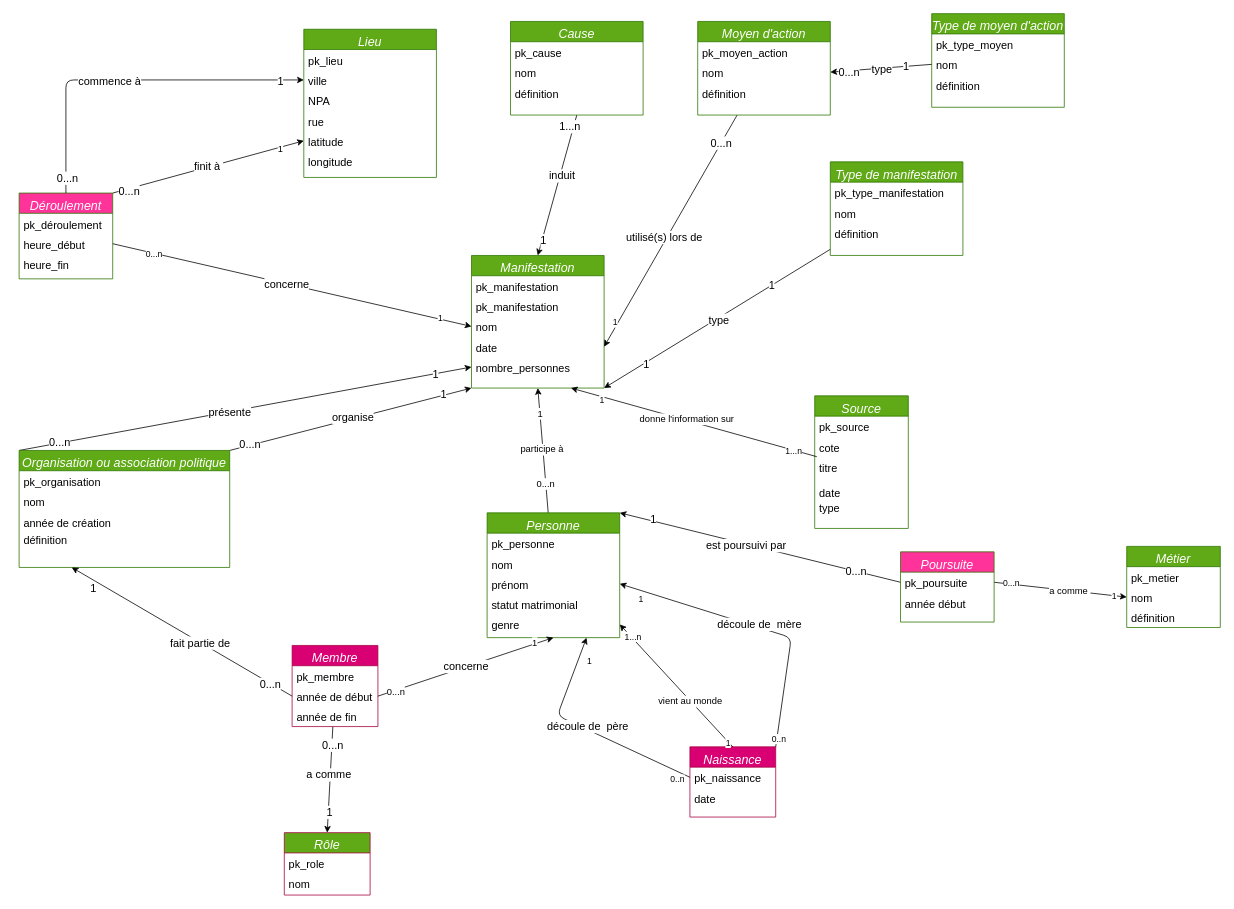
The draw.io diagram page "Page-1" (1 of 2) of MDC/MDC.drawio in AliaBrah/memoire_manifestations, before the edit. Source tidied: cells renumbered, new cells numbered last; positions are measured from the earlier drawing's top-left corner, leaving out a move shared by most shapes. Both pictures are drawn from the tidied source at 78%, with x=0, y=0 at pixel (19, 13).
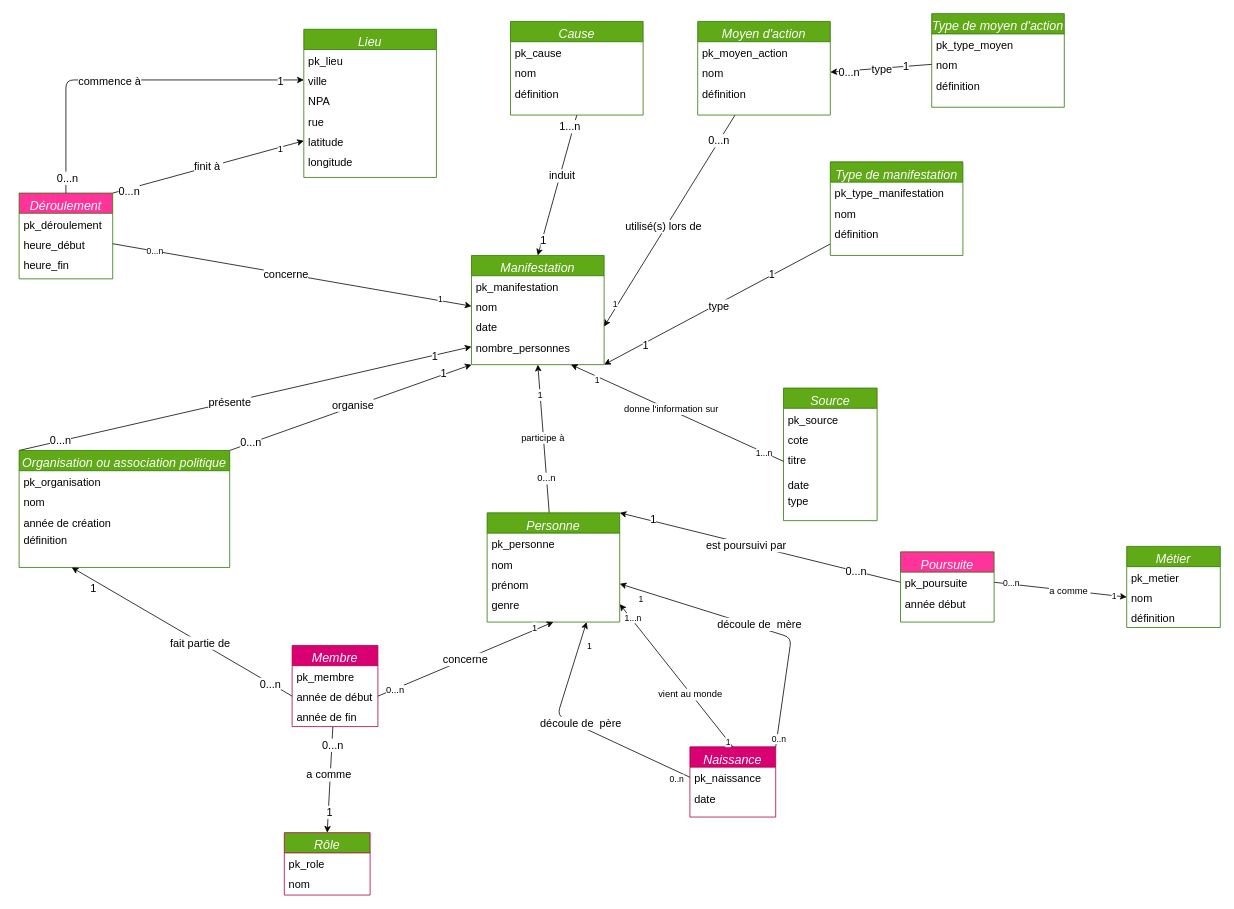
The same diagram, later.

The change refers to these unchanged cells:
```xml
<mxCell id="139" value="titre" style="text;align=left;verticalAlign=top;spacingLeft=4;spacingRight=4;overflow=hidden;points=[[0,0.5],[1,0.5]];portConstraint=eastwest;fontSize=14;" parent="136" vertex="1">
  <mxGeometry y="78" width="120" height="32" as="geometry" />
</mxCell>
```

The edit, as a diff of the source:
```diff
@@
     <mxCell id="33" value="Manifestation" style="swimlane;fontStyle=2;align=center;verticalAlign=top;horizontal=1;startSize=26;rounded=0;shadow=0;strokeWidth=1;fillColor=#60a917;fontColor=#ffffff;strokeColor=#2D7600;fontSize=16;" parent="1" vertex="1">
-      <mxGeometry x="580" y="310" width="170" height="170" as="geometry" />
+      <mxGeometry x="580" y="310" width="170" height="140" as="geometry" />
     </mxCell>
@@
-    <mxCell id="35" value="pk_manifestation" style="text;align=left;verticalAlign=top;spacingLeft=4;spacingRight=4;overflow=hidden;fontSize=14;" parent="33" vertex="1">
-      <mxGeometry y="52" width="170" height="26" as="geometry" />
-    </mxCell>
     <mxCell id="36" value="nom    " style="text;align=left;verticalAlign=top;spacingLeft=4;spacingRight=4;overflow=hidden;points=[[0,0.5],[1,0.5]];portConstraint=eastwest;fontSize=14;" parent="33" vertex="1">
-      <mxGeometry y="78" width="170" height="26" as="geometry" />
+      <mxGeometry y="52" width="170" height="26" as="geometry" />
     </mxCell>
     <mxCell id="37" value="date" style="text;align=left;verticalAlign=top;spacingLeft=4;spacingRight=4;overflow=hidden;points=[[0,0.5],[1,0.5]];portConstraint=eastwest;fontSize=14;" parent="33" vertex="1">
-      <mxGeometry y="104" width="170" height="26" as="geometry" />
+      <mxGeometry y="78" width="170" height="26" as="geometry" />
     </mxCell>
     <mxCell id="38" value="nombre_personnes" style="text;align=left;verticalAlign=top;spacingLeft=4;spacingRight=4;overflow=hidden;points=[[0,0.5],[1,0.5]];portConstraint=eastwest;fontSize=14;" parent="33" vertex="1">
-      <mxGeometry y="130" width="170" height="26" as="geometry" />
+      <mxGeometry y="104" width="170" height="26" as="geometry" />
     </mxCell>
@@
     <mxCell id="102" value="Personne" style="swimlane;fontStyle=2;align=center;verticalAlign=top;horizontal=1;startSize=26;rounded=0;shadow=0;strokeWidth=1;fillColor=#60a917;fontColor=#ffffff;strokeColor=#2D7600;fontSize=16;" parent="1" vertex="1">
-      <mxGeometry x="600" y="640" width="170" height="160" as="geometry" />
+      <mxGeometry x="600" y="640" width="170" height="140" as="geometry" />
     </mxCell>
@@
-    <mxCell id="106" value="statut matrimonial&#10;" style="text;align=left;verticalAlign=top;spacingLeft=4;spacingRight=4;overflow=hidden;rounded=0;shadow=0;html=0;fontSize=14;" parent="102" vertex="1">
-      <mxGeometry y="104" width="170" height="26" as="geometry" />
-    </mxCell>
     <mxCell id="107" value="genre" style="text;align=left;verticalAlign=top;spacingLeft=4;spacingRight=4;overflow=hidden;points=[[0,0.5],[1,0.5]];portConstraint=eastwest;rounded=0;shadow=0;html=0;fontSize=14;" parent="102" vertex="1">
-      <mxGeometry y="130" width="170" height="26" as="geometry" />
+      <mxGeometry y="104" width="170" height="26" as="geometry" />
     </mxCell>
@@
     <mxCell id="136" value="Source" style="swimlane;fontStyle=2;align=center;verticalAlign=top;horizontal=1;startSize=26;rounded=0;shadow=0;strokeWidth=1;fillColor=#60a917;fontColor=#ffffff;strokeColor=#2D7600;fontSize=16;" parent="1" vertex="1">
-      <mxGeometry x="1020" y="490" width="120" height="170" as="geometry" />
+      <mxGeometry x="980" y="480" width="120" height="170" as="geometry" />
     </mxCell>
@@
-    <mxCell id="142" style="edgeStyle=none;html=1;entryX=0.75;entryY=1;entryDx=0;entryDy=0;" parent="1" edge="1" source="139" target="33">
+    <mxCell id="142" style="edgeStyle=none;html=1;entryX=0.75;entryY=1;entryDx=0;entryDy=0;exitX=0;exitY=0.5;exitDx=0;exitDy=0;" parent="1" edge="1" source="139" target="33">
       <mxGeometry relative="1" as="geometry" />
     </mxCell>
```
